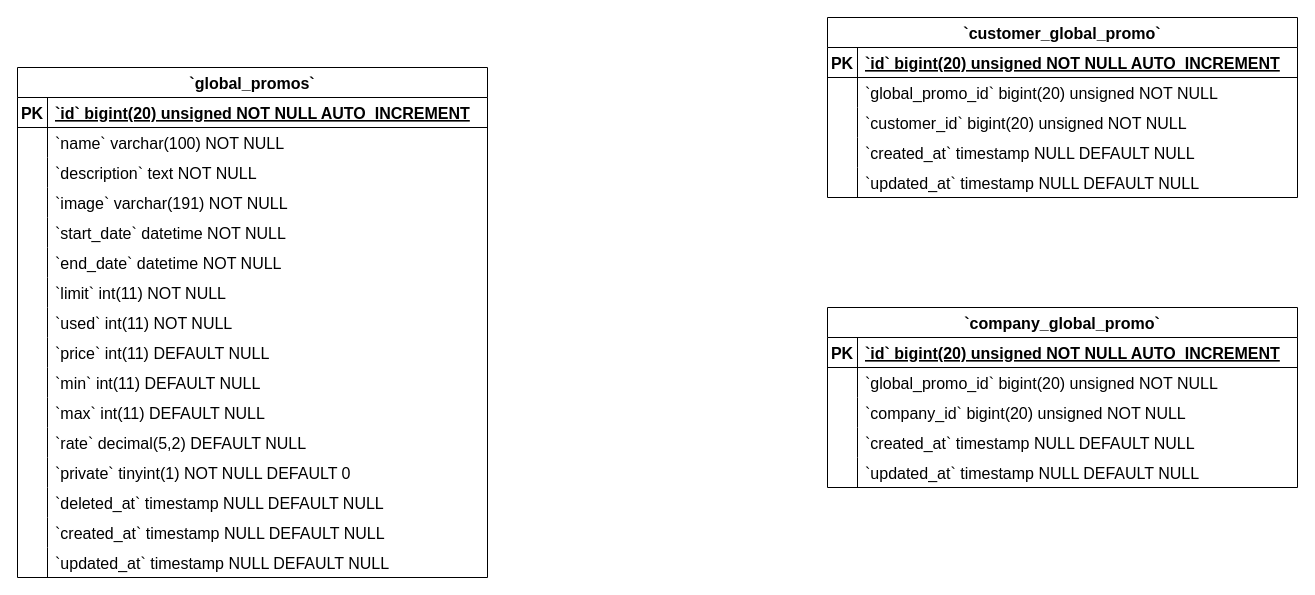
The draw.io diagram Global Promos ERD Diagram.drawio in Simasco/diagram, before the edit. Source tidied: cells renumbered, new cells numbered last; positions are measured from the earlier drawing's top-left corner, leaving out a move shared by most shapes. Both pictures are drawn from the tidied source at 100%, with x=0, y=0 at pixel (17, 17).
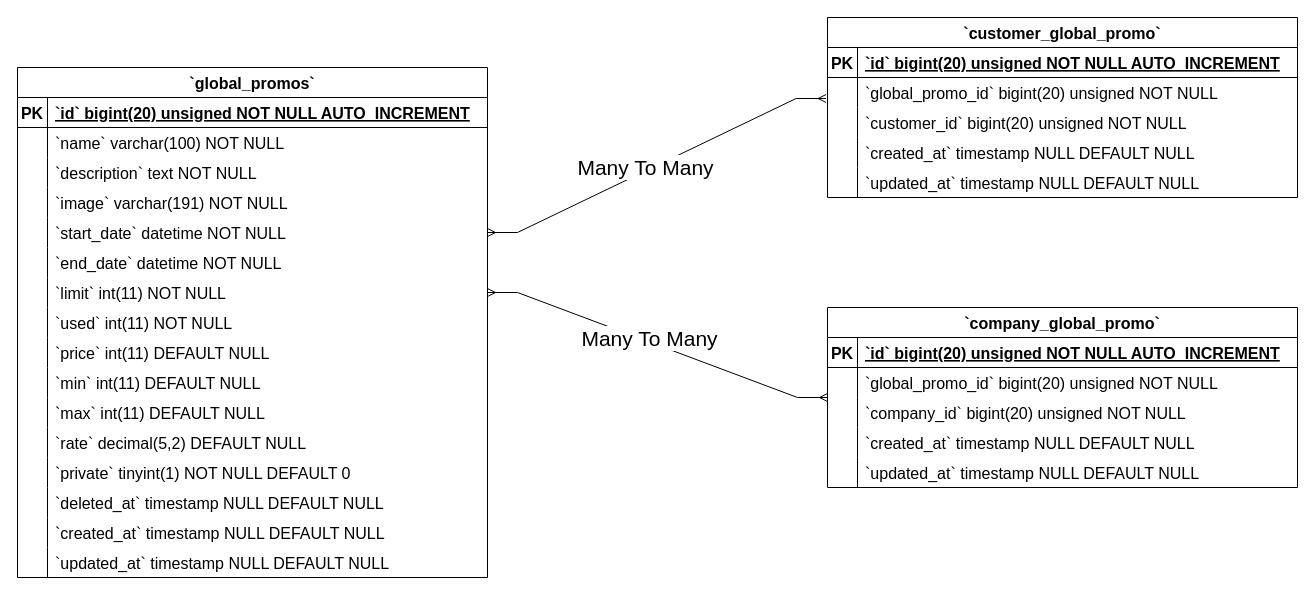
The same page after the edit.

The change refers to these unchanged cells:
```xml
<mxCell id="15" style="shape=tableRow;horizontal=0;startSize=0;swimlaneHead=0;swimlaneBody=0;fillColor=none;points=[[0,0.5],[1,0.5]];portConstraint=eastwest;strokeColor=inherit;top=0;left=0;right=0;bottom=0;fontSize=16;" parent="2" vertex="1">
  <mxGeometry y="150" width="470" height="30" as="geometry" />
</mxCell>
<mxCell id="21" style="shape=tableRow;horizontal=0;startSize=0;swimlaneHead=0;swimlaneBody=0;fillColor=none;points=[[0,0.5],[1,0.5]];portConstraint=eastwest;strokeColor=inherit;top=0;left=0;right=0;bottom=0;fontSize=16;" parent="2" vertex="1">
  <mxGeometry y="210" width="470" height="30" as="geometry" />
</mxCell>
<mxCell id="51" value="`company_global_promo`" style="shape=table;startSize=30;childLayout=tableLayout;rowLines=0;fontStyle=1;align=center;fontSize=16;" parent="1" vertex="1">
  <mxGeometry x="810" y="290" width="470" height="180" as="geometry" />
</mxCell>
<mxCell id="74" style="shape=tableRow;horizontal=0;startSize=0;swimlaneHead=0;swimlaneBody=0;fillColor=none;points=[[0,0.5],[1,0.5]];portConstraint=eastwest;strokeColor=inherit;top=0;left=0;right=0;bottom=0;fontSize=16;" parent="67" vertex="1">
  <mxGeometry y="90" width="470" height="30" as="geometry" />
</mxCell>
```

What changed in the source:
```diff
@@
+    <mxCell id="83" style="edgeStyle=entityRelationEdgeStyle;fontSize=12;html=1;endArrow=ERmany;startArrow=ERmany;rounded=0;exitX=1;exitY=0.5;exitDx=0;exitDy=0;entryX=-0.003;entryY=-0.3;entryDx=0;entryDy=0;entryPerimeter=0;" parent="1" edge="1" source="15" target="74">
+      <mxGeometry relative="1" as="geometry" />
+    </mxCell>
+    <mxCell id="84" value="&lt;font style=&quot;font-size: 21px;&quot;&gt;Many To Many&lt;/font&gt;" style="edgeLabel;html=1;align=center;verticalAlign=middle;" parent="83" vertex="1">
+      <mxGeometry x="-0.06" y="4" relative="1" as="geometry" />
+    </mxCell>
+    <mxCell id="85" style="edgeStyle=entityRelationEdgeStyle;fontSize=12;html=1;endArrow=ERmany;startArrow=ERmany;rounded=0;exitX=1;exitY=0.5;exitDx=0;exitDy=0;" parent="1" edge="1" source="21" target="51">
+      <mxGeometry relative="1" as="geometry" />
+    </mxCell>
+    <mxCell id="86" value="&lt;font style=&quot;font-size: 21px;&quot;&gt;Many To Many&lt;/font&gt;" style="edgeLabel;html=1;align=center;verticalAlign=middle;" parent="85" vertex="1">
+      <mxGeometry x="-0.06" y="4" relative="1" as="geometry" />
+    </mxCell>
```
